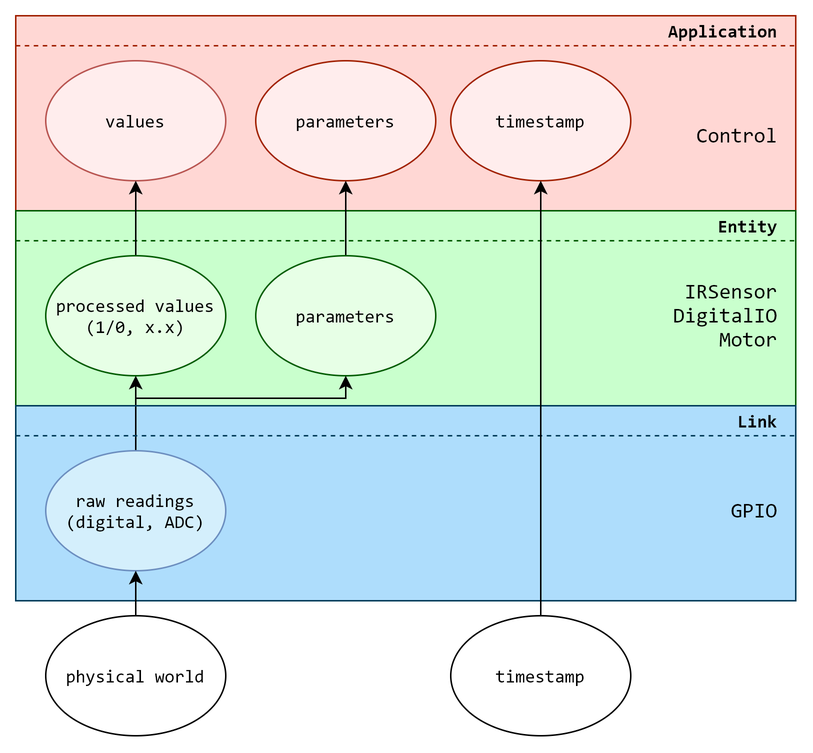
The draw.io diagram Proj/Iterations/1/Design/Navigation-Subsystem/Architectural-Overview/software-stack/gpio-stack/gpio-stack.png in LPI2-DreamTeam/rfcar, before a commit. Source tidied: cells renumbered, new cells last; positions are measured from the earlier drawing's top-left corner, leaving out a move shared by most shapes.
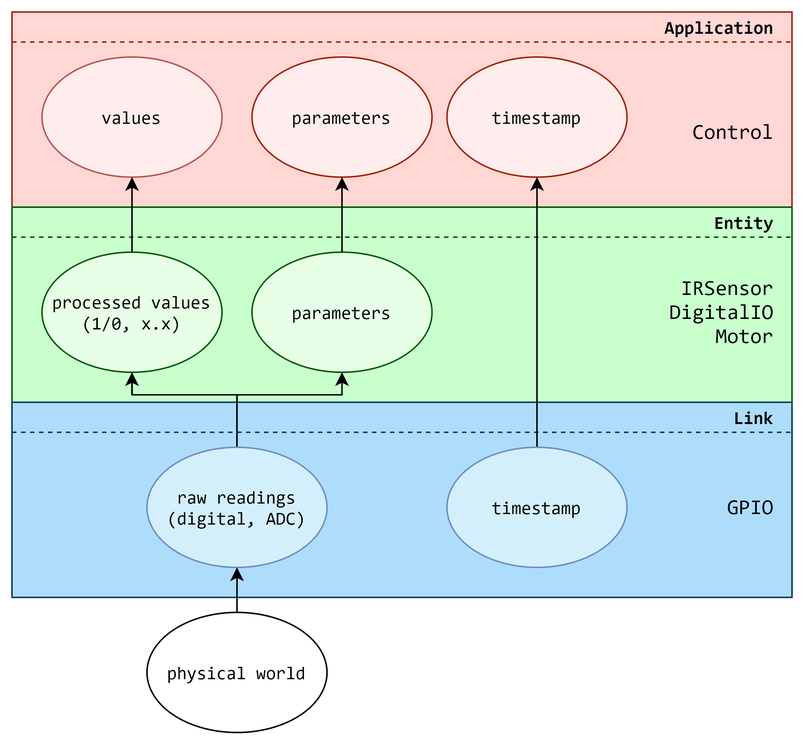
The same file after the commit.

Commit message:
UPDT: Updated software stack-related diagrams for use in the report

The edit, as a diff of the source:
```diff
@@ -68,19 +68,24 @@
     <mxCell id="19" style="rounded=0;whiteSpace=wrap;html=1;fontFamily=Consolas;fontSize=14;align=right;fillColor=#AEDDFC;strokeColor=#003d5b;" parent="1" vertex="1">
       <mxGeometry y="260" width="520" height="130" as="geometry" />
     </mxCell>
-    <mxCell id="20" style="edgeStyle=orthogonalEdgeStyle;rounded=0;jettySize=auto;html=1;exitX=0.5;exitY=0;exitDx=0;exitDy=0;entryX=0.5;entryY=1;entryDx=0;entryDy=0;strokeColor=#000000;fontFamily=Consolas;fontSize=14;" parent="1" edge="1" source="22" target="15">
-      <mxGeometry relative="1" as="geometry" />
+    <mxCell id="20" style="edgeStyle=orthogonalEdgeStyle;rounded=0;jettySize=auto;html=1;entryX=0.5;entryY=1;entryDx=0;entryDy=0;" parent="1" edge="1" source="22" target="15">
+      <mxGeometry relative="1" as="geometry">
+        <Array as="points">
+          <mxPoint x="150" y="255" />
+          <mxPoint x="80" y="255" />
+        </Array>
+      </mxGeometry>
     </mxCell>
-    <mxCell id="21" style="edgeStyle=orthogonalEdgeStyle;rounded=0;jettySize=auto;html=1;exitX=0.5;exitY=0;exitDx=0;exitDy=0;entryX=0.5;entryY=1;entryDx=0;entryDy=0;strokeColor=#000000;fontFamily=Consolas;fontSize=14;" parent="1" edge="1" source="22" target="18">
+    <mxCell id="21" style="edgeStyle=orthogonalEdgeStyle;rounded=0;jettySize=auto;html=1;exitX=0.5;exitY=0;exitDx=0;exitDy=0;entryX=0.5;entryY=1;entryDx=0;entryDy=0;" parent="1" edge="1" source="22" target="18">
       <mxGeometry relative="1" as="geometry">
         <Array as="points">
-          <mxPoint x="80" y="255" />
+          <mxPoint x="150" y="255" />
           <mxPoint x="220" y="255" />
         </Array>
       </mxGeometry>
     </mxCell>
-    <mxCell id="22" value="raw readings&lt;br&gt;(digital, ADC)" style="ellipse;whiteSpace=wrap;html=1;fontFamily=Consolas;strokeColor=#6c8ebf;fillColor=#D4EFFC;" parent="1" vertex="1">
-      <mxGeometry x="20" y="290" width="120" height="80" as="geometry" />
+    <mxCell id="22" value="raw readings&lt;br&gt;(digital, ADC)" style="ellipse;whiteSpace=wrap;html=1;fontFamily=Consolas;strokeColor=#6C8EBF;fillColor=#D4EFFC;" parent="1" vertex="1">
+      <mxGeometry x="90" y="290" width="120" height="80" as="geometry" />
     </mxCell>
     <mxCell id="23" style="endArrow=none;dashed=1;html=1;fontFamily=Consolas;fillColor=#dae8fc;strokeColor=#003d5b;" parent="1" edge="1">
       <mxGeometry relative="1" as="geometry">
@@ -103,14 +108,14 @@
     <mxCell id="27" style="edgeStyle=orthogonalEdgeStyle;rounded=0;jettySize=auto;html=1;exitX=0.5;exitY=0;exitDx=0;exitDy=0;entryX=0.5;entryY=1;entryDx=0;entryDy=0;strokeColor=#000000;fontFamily=Consolas;fontSize=14;" parent="1" edge="1" source="28" target="5">
       <mxGeometry relative="1" as="geometry" />
     </mxCell>
-    <mxCell id="28" value="timestamp" style="ellipse;whiteSpace=wrap;html=1;fontFamily=Consolas;" parent="1" vertex="1">
-      <mxGeometry x="290" y="400" width="120" height="80" as="geometry" />
+    <mxCell id="28" value="timestamp" style="ellipse;whiteSpace=wrap;html=1;fontFamily=Consolas;strokeColor=#6C8EBF;fillColor=#D4EFFC;" parent="1" vertex="1">
+      <mxGeometry x="290" y="290" width="120" height="80" as="geometry" />
     </mxCell>
     <mxCell id="29" style="edgeStyle=orthogonalEdgeStyle;rounded=0;jettySize=auto;html=1;exitX=0.5;exitY=0;exitDx=0;exitDy=0;entryX=0.5;entryY=1;entryDx=0;entryDy=0;fontFamily=Consolas;fontSize=14;" parent="1" edge="1" source="30" target="22">
       <mxGeometry relative="1" as="geometry" />
     </mxCell>
     <mxCell id="30" value="physical world" style="ellipse;whiteSpace=wrap;html=1;fontFamily=Consolas;" parent="1" vertex="1">
-      <mxGeometry x="20" y="400" width="120" height="80" as="geometry" />
+      <mxGeometry x="90" y="400" width="120" height="80" as="geometry" />
     </mxCell>
   </root>
 </mxGraphModel>
```
